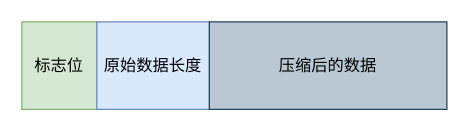
Before: 设计图/压缩后WAL的结构.drawio in THUMarkLau/thuthesis, a draw.io diagram. Source tidied: cells renumbered, new cells numbered last; positions are measured from the earlier drawing's top-left corner, leaving out a move shared by most shapes. Both pictures are drawn from the tidied source at 125%, with x=0, y=0 at pixel (21, 21).
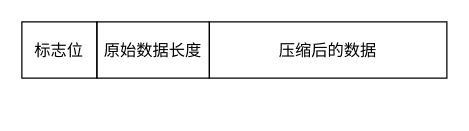
The same page after the edit.

Diff of the diagram source:
```diff
@@
 <mxGraphModel>
   <root>
     <mxCell id="0" />
     <mxCell id="1" parent="0" />
-    <mxCell id="2" value="标志位" style="rounded=0;whiteSpace=wrap;html=1;fillColor=#d5e8d4;strokeColor=#82b366;fontSize=13;" parent="1" vertex="1">
-      <mxGeometry width="60" height="70" as="geometry" />
+    <mxCell id="2" value="标志位" style="rounded=0;whiteSpace=wrap;html=1;fillColor=none;strokeColor=#000000;fontSize=13;" parent="1" vertex="1">
+      <mxGeometry width="60" height="45" as="geometry" />
     </mxCell>
-    <mxCell id="3" value="原始数据长度" style="rounded=0;whiteSpace=wrap;html=1;fillColor=#dae8fc;strokeColor=#6c8ebf;fontSize=13;" parent="1" vertex="1">
-      <mxGeometry x="60" width="90" height="70" as="geometry" />
+    <mxCell id="3" value="原始数据长度" style="rounded=0;whiteSpace=wrap;html=1;fillColor=none;strokeColor=#000000;fontSize=13;" parent="1" vertex="1">
+      <mxGeometry x="60" width="90" height="45" as="geometry" />
     </mxCell>
-    <mxCell id="4" value="压缩后的数据" style="rounded=0;whiteSpace=wrap;html=1;fillColor=#bac8d3;strokeColor=#23445d;fontSize=13;" parent="1" vertex="1">
-      <mxGeometry x="150" width="190" height="70" as="geometry" />
+    <mxCell id="4" value="压缩后的数据" style="rounded=0;whiteSpace=wrap;html=1;fillColor=none;strokeColor=#000000;fontSize=13;" parent="1" vertex="1">
+      <mxGeometry x="150" width="190" height="45" as="geometry" />
     </mxCell>
   </root>
 </mxGraphModel>
```
